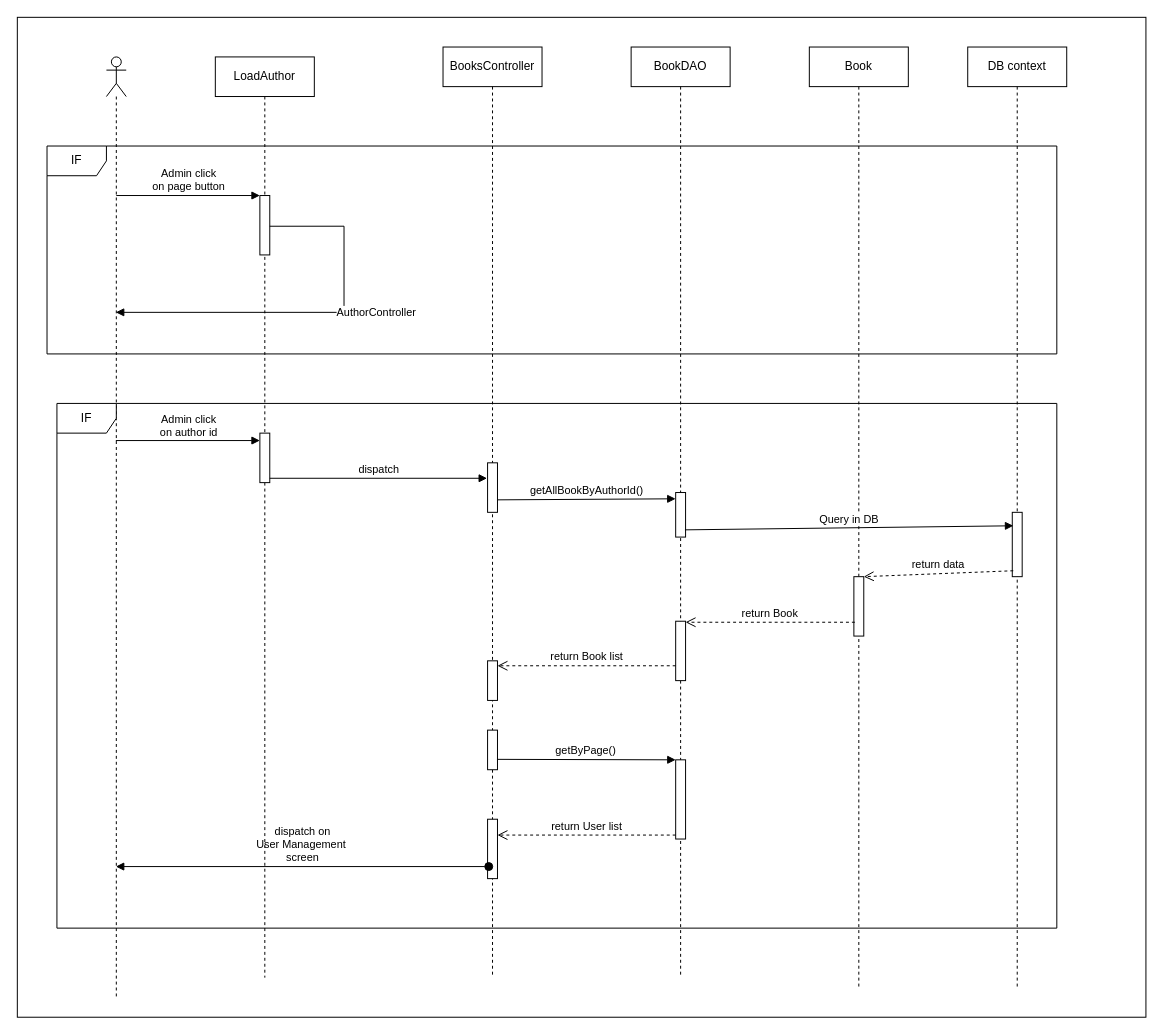
The draw.io diagram page "Trang-6" (6 of 8) of te3.drawio in baspdd/desktop-tutorial, before the edit. Source tidied: cells renumbered, new cells numbered last; positions are measured from the earlier drawing's top-left corner, leaving out a move shared by most shapes. Both pictures are drawn from the tidied source at 99%, with x=0, y=0 at pixel (17, 17).
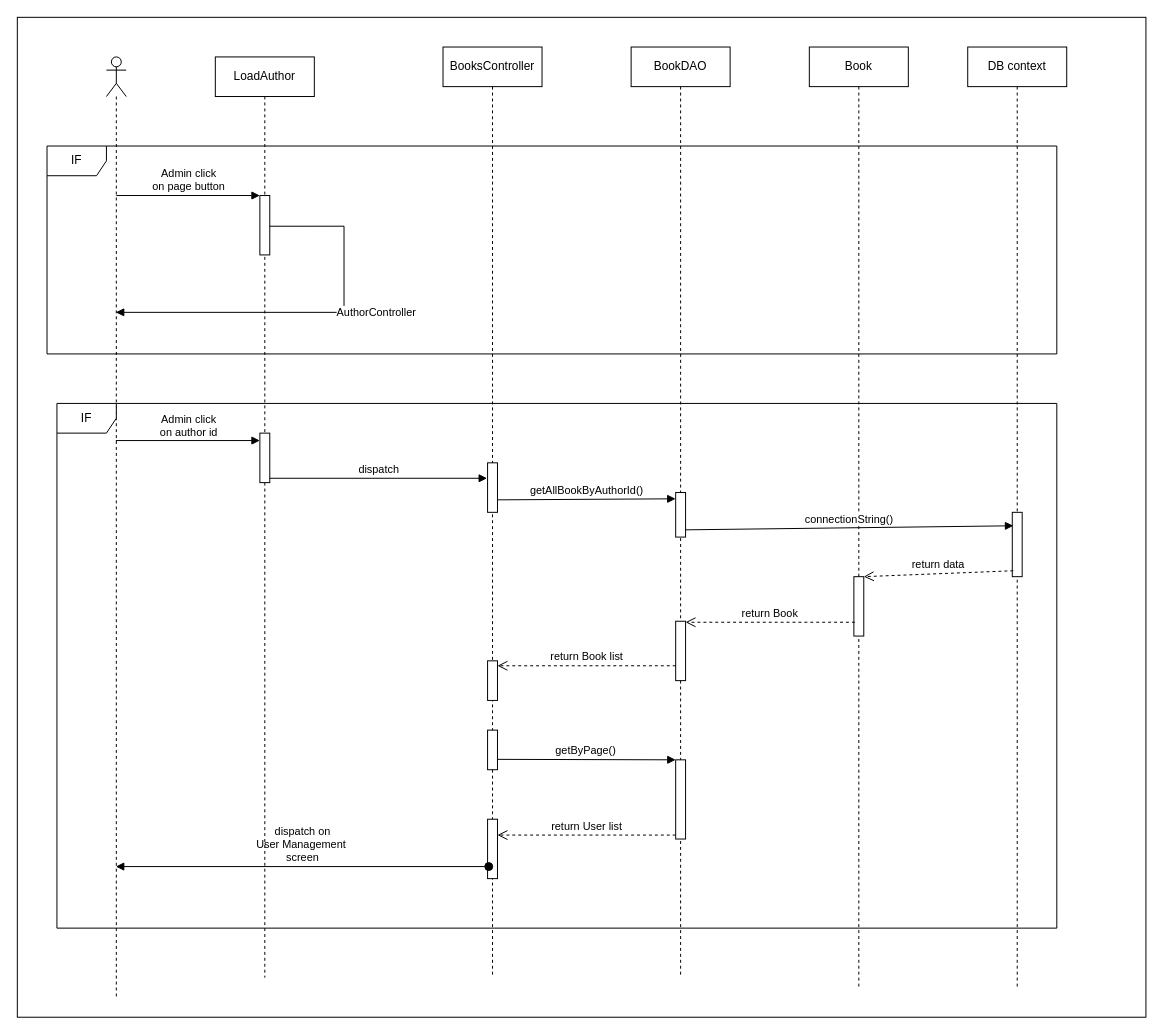
Above is the later version.

The change refers to these unchanged cells:
```xml
<mxCell id="12" style="html=1;points=[];perimeter=orthogonalPerimeter;" parent="9" vertex="1">
  <mxGeometry x="45" y="450" width="10" height="45" as="geometry" />
</mxCell>
<mxCell id="16" style="html=1;points=[];perimeter=orthogonalPerimeter;" parent="15" vertex="1">
  <mxGeometry x="45" y="470" width="10" height="65" as="geometry" />
</mxCell>
```

Diff of the diagram source:
```diff
@@
-    <mxCell id="33" value="Query in DB" style="html=1;verticalAlign=bottom;endArrow=block;entryX=0.11;entryY=0.209;rounded=0;exitX=0.938;exitY=0.838;exitDx=0;exitDy=0;exitPerimeter=0;entryDx=0;entryDy=0;entryPerimeter=0;" parent="1" edge="1" source="12" target="16">
+    <mxCell id="33" value="connectionString()" style="html=1;verticalAlign=bottom;endArrow=block;entryX=0.11;entryY=0.209;rounded=0;exitX=0.938;exitY=0.838;exitDx=0;exitDy=0;exitPerimeter=0;entryDx=0;entryDy=0;entryPerimeter=0;" parent="1" edge="1" source="12" target="16">
       <mxGeometry relative="1" as="geometry" />
     </mxCell>
```
